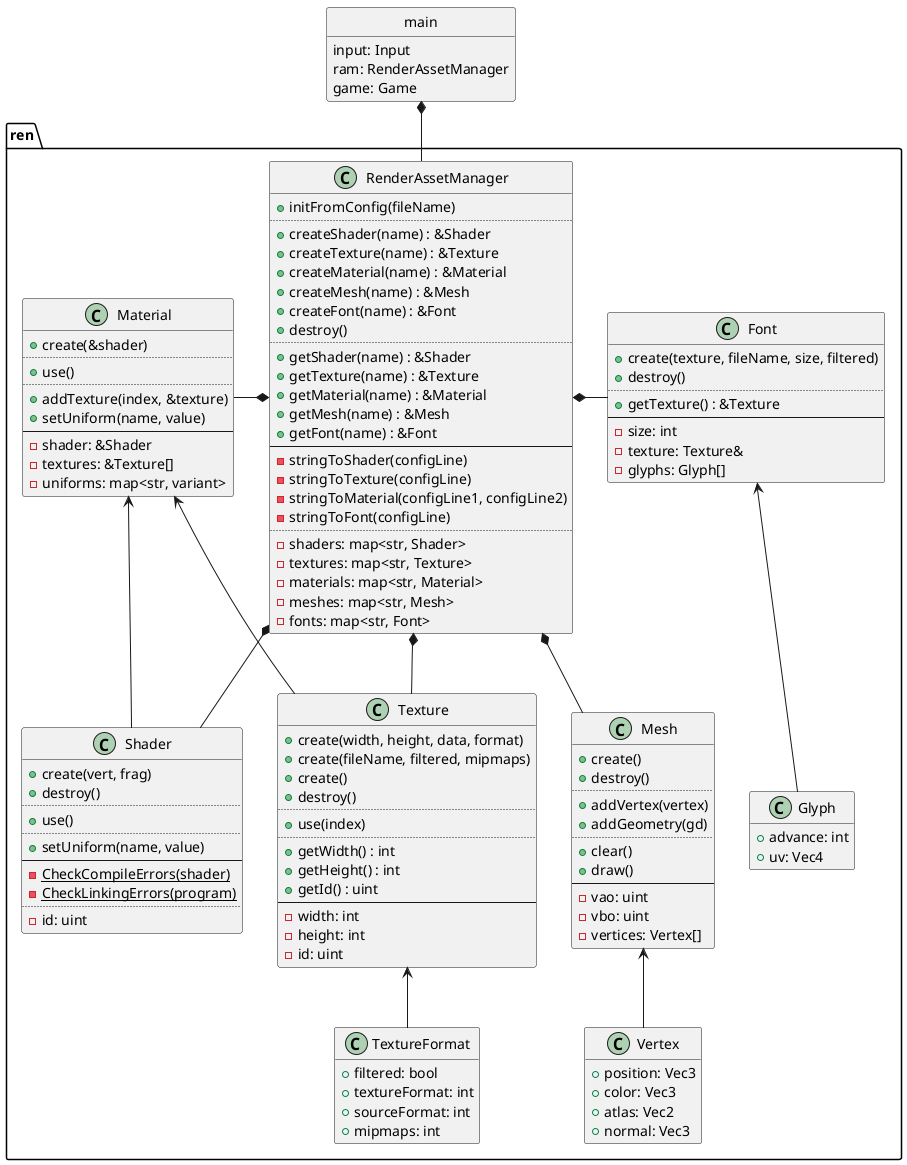
Earlier version of the PlantUML export design/assets.png (ba6er/marblemaze).
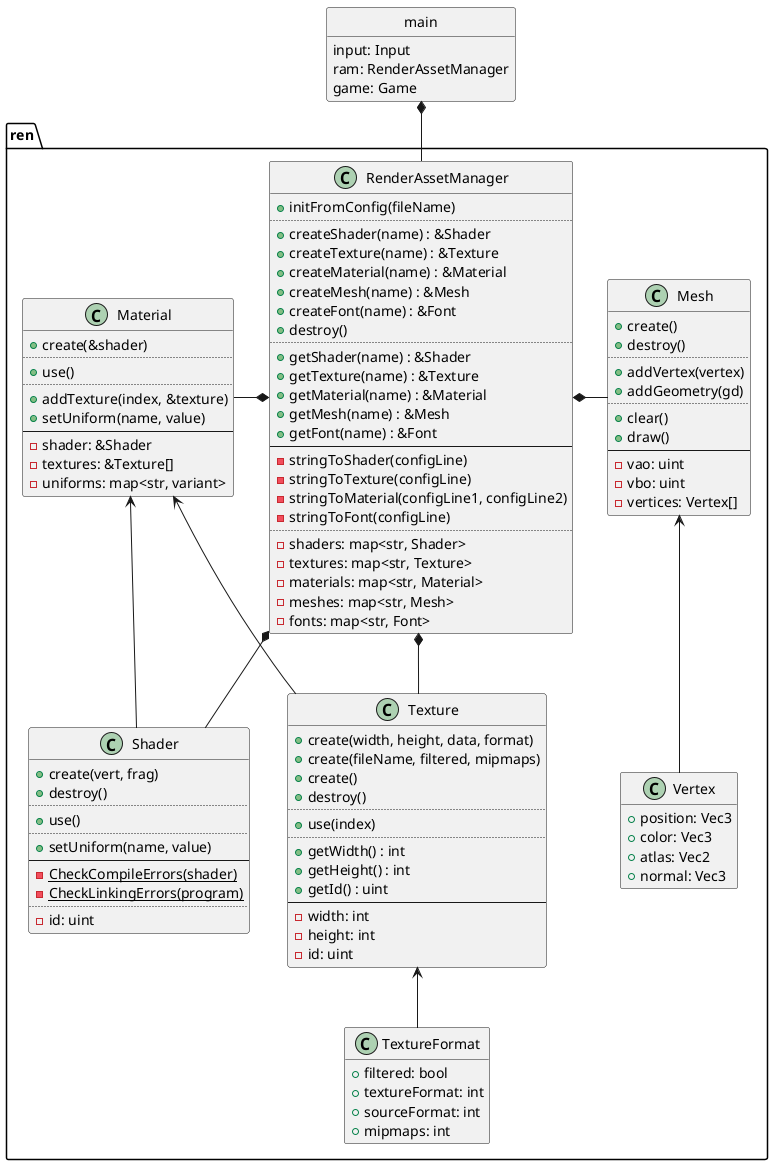
After the change.

What changed in the source:
```diff
@@ -76,23 +76,6 @@
 	-vertices: Vertex[]
 }
 
-class ren::Glyph {
-	+advance: int
-	+uv: Vec4
-}
-hide Glyph methods
-
-class ren::Font {
-	+create(texture, fileName, size, filtered)
-	+destroy()
-	..
-	+getTexture() : &Texture
-	--
-	-size: int
-	-texture: Texture&
-	-glyphs: Glyph[]
-}
-
 class ren::RenderAssetManager {
 	+initFromConfig(fileName)
 	..
@@ -134,16 +117,13 @@
 RenderAssetManager *-down- Shader
 RenderAssetManager *-down- Texture
 RenderAssetManager *-left- Material
-RenderAssetManager *-down- Mesh
-RenderAssetManager *-right- Font
+RenderAssetManager *-right- Mesh
 
 Material <-- Shader
 Material <-- Texture
 
 Mesh <-down- Vertex
 
-Font <-down- Glyph
-
 main *-- RenderAssetManager
 
 @enduml
```
